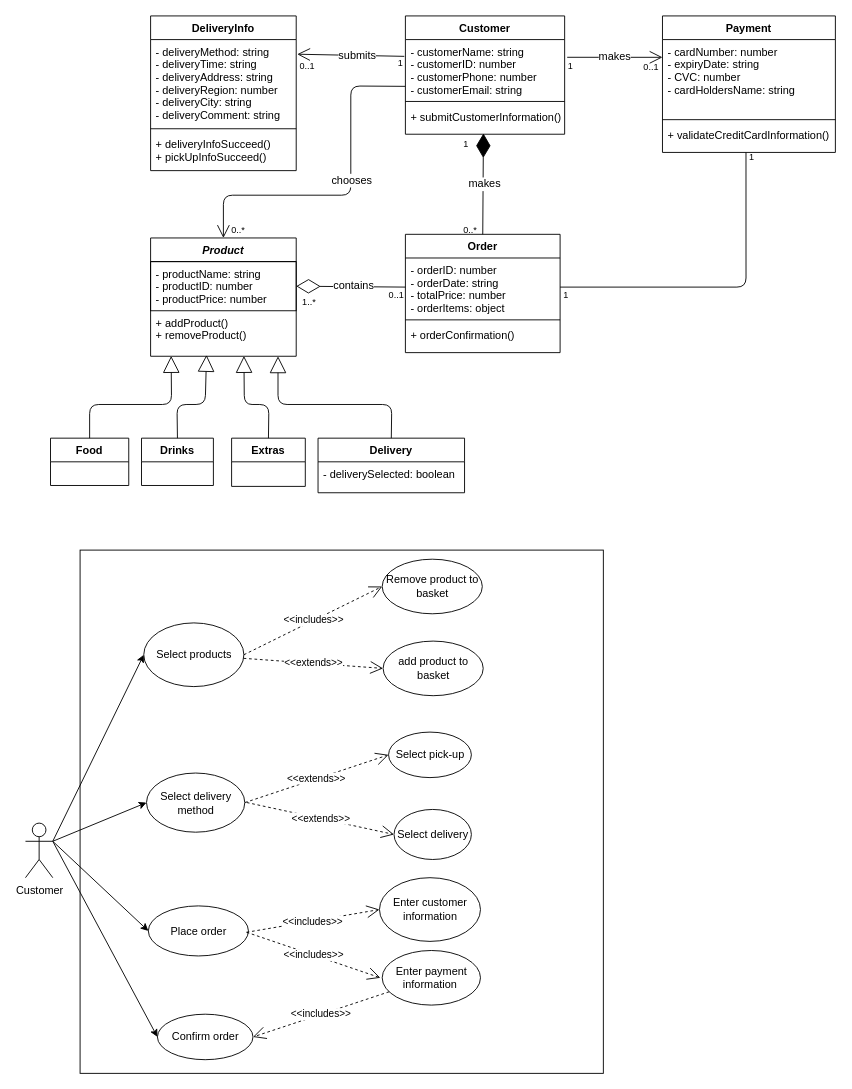
This is Untitled Diagram.drawio from akpe19ab/Sloth-Systems, a draw.io file, before an edit. Source tidied: cells renumbered, new cells numbered last; positions are measured from the earlier drawing's top-left corner, leaving out a move shared by most shapes. Both pictures are drawn from the tidied source at 91%, with x=0, y=0 at pixel (25, 15).
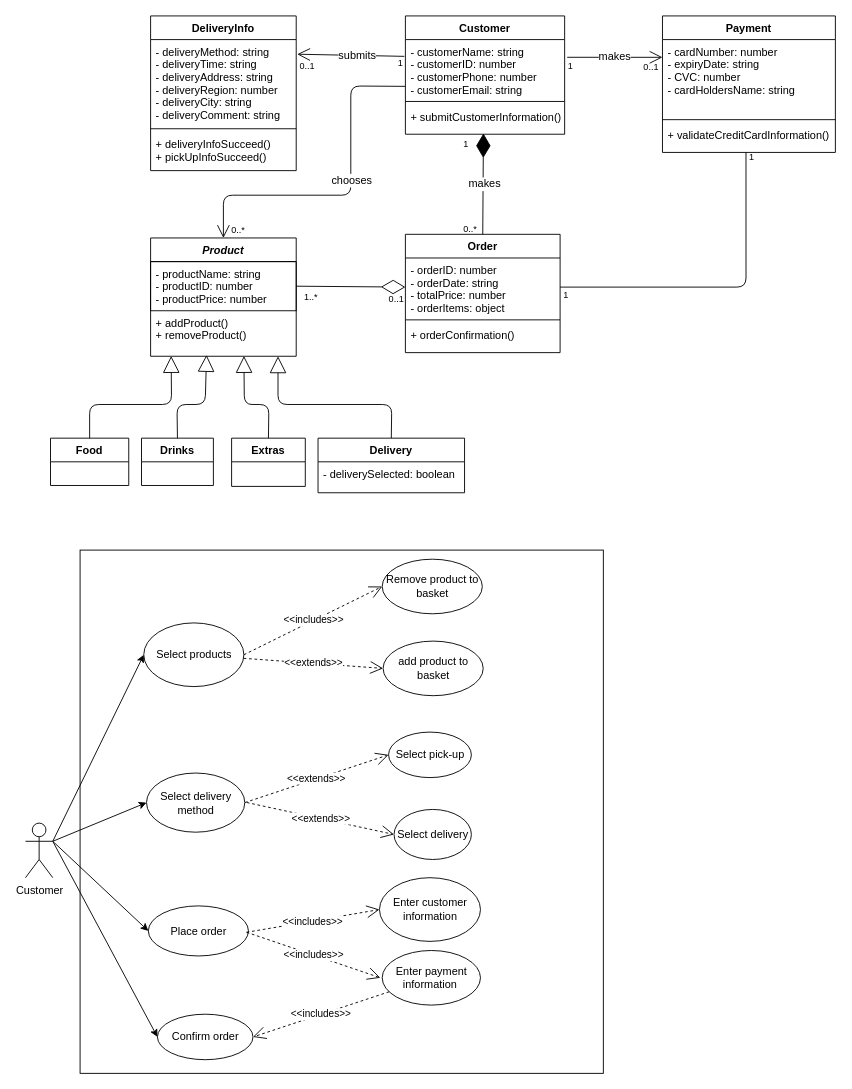
The same diagram, later.

Unchanged cells that the change refers to:
```xml
<mxCell id="3" value="- productName: string &#10;- productID: number&#10;- productPrice: number&#10;" style="text;strokeColor=#000000;fillColor=none;align=left;verticalAlign=top;spacingLeft=4;spacingRight=4;overflow=hidden;points=[[0,0.5],[1,0.5]];portConstraint=eastwest;" parent="2" vertex="1">
  <mxGeometry y="26" width="160" height="54" as="geometry" />
</mxCell>
<mxCell id="15" value="- orderID: number&#10;- orderDate: string&#10;- totalPrice: number&#10;- orderItems: object&#10;" style="text;strokeColor=none;fillColor=none;align=left;verticalAlign=top;spacingLeft=4;spacingRight=4;overflow=hidden;points=[[0,0.5],[1,0.5]];portConstraint=eastwest;" parent="14" vertex="1">
  <mxGeometry y="26" width="170" height="64" as="geometry" />
</mxCell>
```

Change to the diagram source:
```diff
@@
     <mxCell id="35" value="&lt;font style=&quot;font-size: 10px&quot;&gt;0..*&lt;/font&gt;" style="text;html=1;align=left;verticalAlign=top;spacingTop=-4;" parent="1" vertex="1">
-      <mxGeometry x="479.5" y="225" width="30" height="10" as="geometry" />
+      <mxGeometry x="479.5" y="224" width="30" height="10" as="geometry" />
     </mxCell>
@@
-    <mxCell id="70" style="endArrow=diamondThin;endFill=0;endSize=24;html=1;entryX=1;entryY=0.5;entryDx=0;entryDy=0;exitX=0;exitY=0.5;exitDx=0;exitDy=0;" parent="1" edge="1" source="15" target="3">
-      <mxGeometry relative="1" as="geometry" />
-    </mxCell>
-    <mxCell id="71" value="contains" style="text;html=1;align=center;verticalAlign=middle;labelBackgroundColor=#ffffff;" parent="70" vertex="1">
-      <mxGeometry x="-0.04" y="-1" relative="1" as="geometry" />
-    </mxCell>
     <mxCell id="72" value="&lt;font style=&quot;font-size: 10px&quot;&gt;0..1&lt;/font&gt;" style="text;html=1;align=left;verticalAlign=top;spacingTop=-4;" parent="1" vertex="1">
-      <mxGeometry x="398" y="296" width="40" height="10" as="geometry" />
+      <mxGeometry x="398" y="301" width="40" height="10" as="geometry" />
     </mxCell>
     <mxCell id="73" value="&lt;font style=&quot;font-size: 10px&quot;&gt;1..*&lt;/font&gt;" style="text;html=1;align=left;verticalAlign=top;spacingTop=-4;" parent="1" vertex="1">
-      <mxGeometry x="303" y="304" width="30" height="10" as="geometry" />
+      <mxGeometry x="304.5" y="299" width="30" height="10" as="geometry" />
     </mxCell>
@@
+    <mxCell id="70" style="endArrow=diamondThin;endFill=0;endSize=24;html=1;entryX=0;entryY=0.5;entryDx=0;entryDy=0;exitX=1;exitY=0.5;exitDx=0;exitDy=0;" parent="1" edge="1" source="3" target="15">
+      <mxGeometry relative="1" as="geometry" />
+    </mxCell>
```
